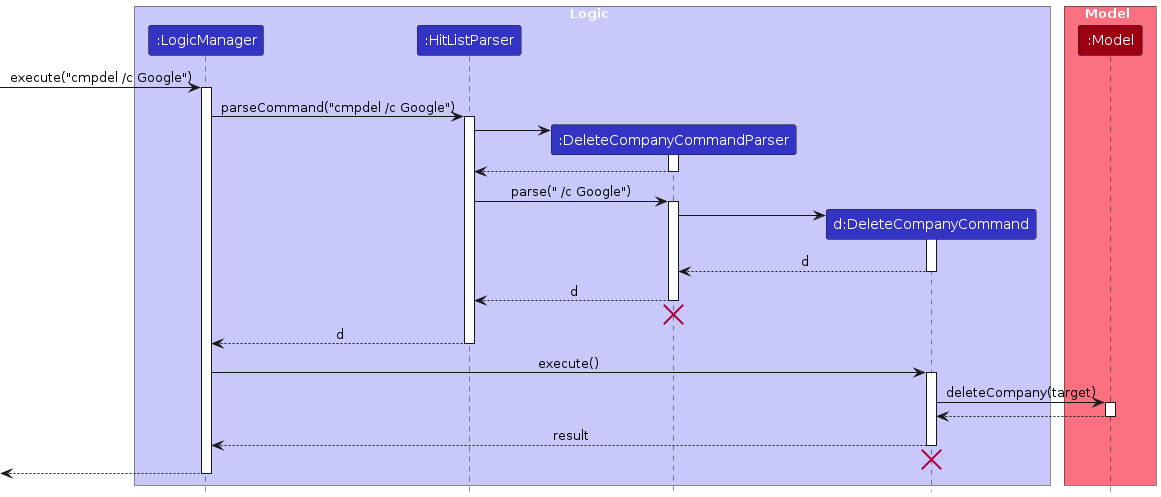
The PlantUML diagram diagrams/delete-company/CompanyDeleteSequenceDiagram-Logic.png in AY2526S2-CS2103T-W11-2/tp, before a commit. Its source is kept beside it as diagrams/delete-company/CompanyDeleteSequenceDiagram-Logic.puml. The source it was exported from:
```plantuml
@startuml company-delete-sequence-diagram-logic /' Renames the file to kebab-case when exported as an image.'/'
!include ../style.puml
skinparam ArrowFontStyle plain

box Logic LOGIC_COLOR_T1
participant ":LogicManager" as LogicManager LOGIC_COLOR
participant ":HitListParser" as HitListParser LOGIC_COLOR
participant ":DeleteCompanyCommandParser" as DeleteCompanyCommandParser LOGIC_COLOR
participant "d:DeleteCompanyCommand" as DeleteCompanyCommand LOGIC_COLOR
end box

box Model MODEL_COLOR_T1
participant ":Model" as Model MODEL_COLOR
end box

[-> LogicManager : execute("cmpdel /c Google")
activate LogicManager

LogicManager -> HitListParser : parseCommand("cmpdel /c Google")
activate HitListParser

create DeleteCompanyCommandParser
HitListParser -> DeleteCompanyCommandParser
activate DeleteCompanyCommandParser

DeleteCompanyCommandParser --> HitListParser
deactivate DeleteCompanyCommandParser

HitListParser -> DeleteCompanyCommandParser : parse(" /c Google")
activate DeleteCompanyCommandParser

create DeleteCompanyCommand
DeleteCompanyCommandParser -> DeleteCompanyCommand
activate DeleteCompanyCommand

DeleteCompanyCommand --> DeleteCompanyCommandParser : d
deactivate DeleteCompanyCommand

DeleteCompanyCommandParser --> HitListParser : d
deactivate DeleteCompanyCommandParser
DeleteCompanyCommandParser -[hidden]-> HitListParser
destroy DeleteCompanyCommandParser

HitListParser --> LogicManager : d
deactivate HitListParser

LogicManager -> DeleteCompanyCommand : execute()
activate DeleteCompanyCommand

DeleteCompanyCommand -> Model : deleteCompany(target)
activate Model

Model --> DeleteCompanyCommand
deactivate Model

DeleteCompanyCommand --> LogicManager : result
deactivate DeleteCompanyCommand
DeleteCompanyCommand -[hidden]-> LogicManager
destroy DeleteCompanyCommand

[<--LogicManager
deactivate LogicManager
@enduml
```
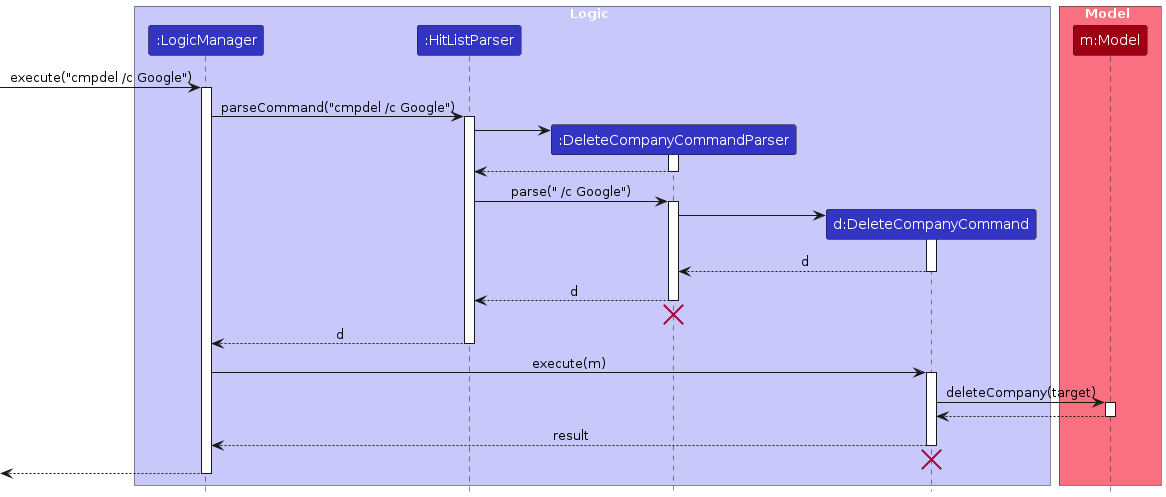
The same file after the commit.

The edit, as a diff of the source:
```diff
@@ -10,7 +10,7 @@
 end box
 
 box Model MODEL_COLOR_T1
-participant ":Model" as Model MODEL_COLOR
+participant "m:Model" as Model MODEL_COLOR
 end box
 
 [-> LogicManager : execute("cmpdel /c Google")
@@ -44,7 +44,7 @@
 HitListParser --> LogicManager : d
 deactivate HitListParser
 
-LogicManager -> DeleteCompanyCommand : execute()
+LogicManager -> DeleteCompanyCommand : execute(m)
 activate DeleteCompanyCommand
 
 DeleteCompanyCommand -> Model : deleteCompany(target)
```
